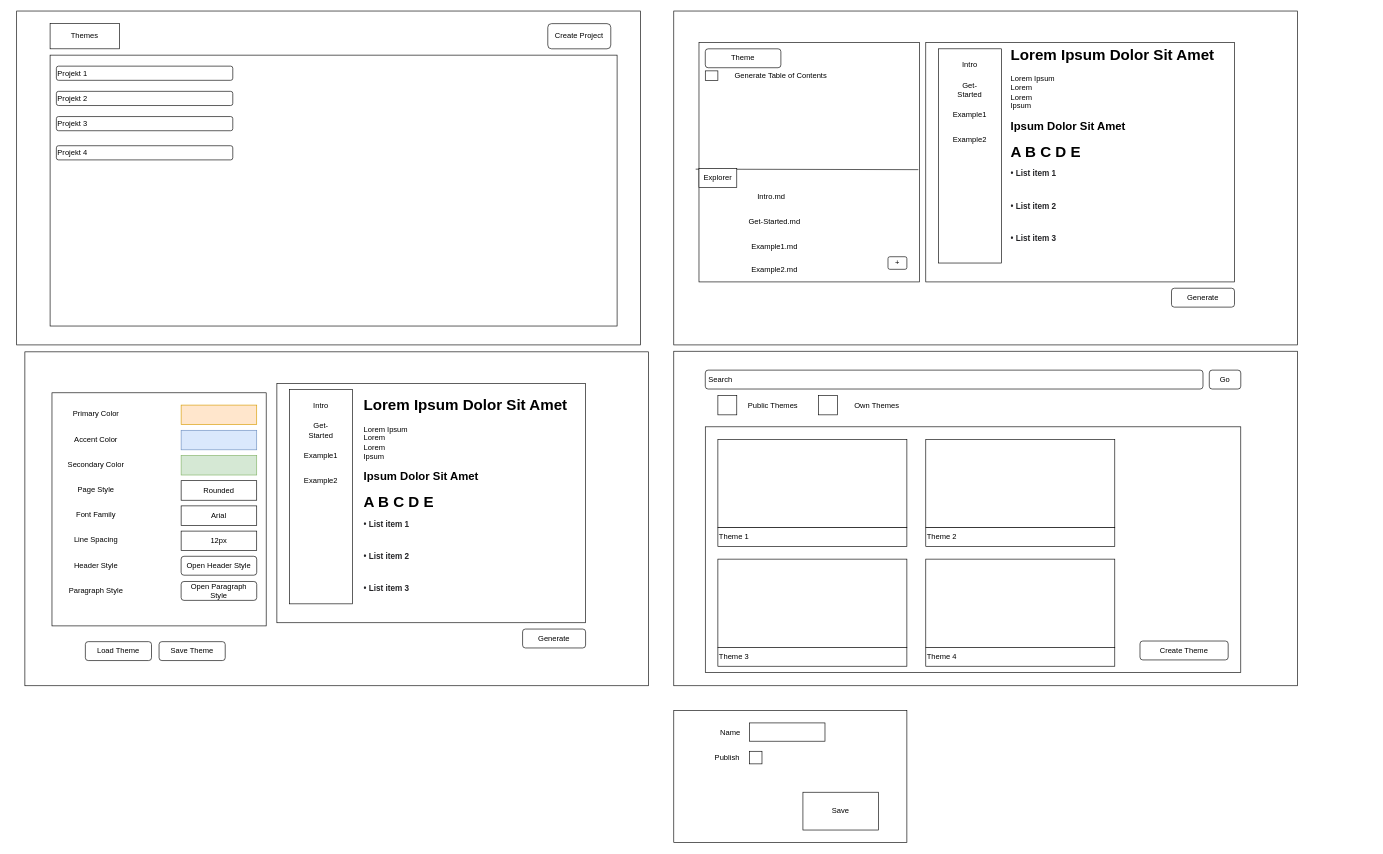
Before: Pflichtenheft/MockUp.drawio in 2324-3bhif-teaching/StaticSiteGenerator, a draw.io diagram. Source tidied: cells renumbered, new cells numbered last; positions are measured from the earlier drawing's top-left corner, leaving out a move shared by most shapes. Both pictures are drawn from the tidied source at 63%, with x=0, y=0 at pixel (11, 11).
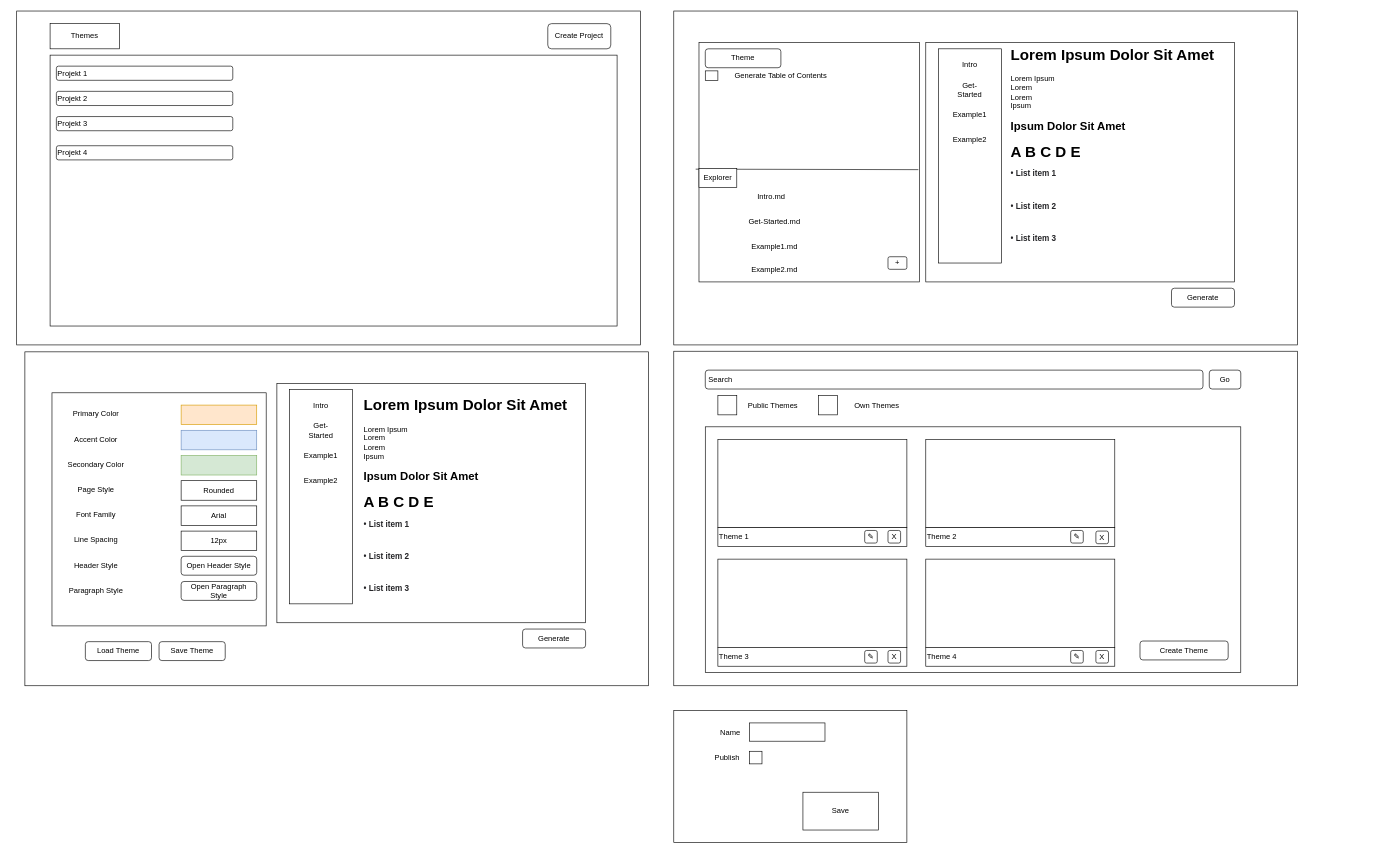
The same diagram, later.

Change to the diagram source:
```diff
@@
+    <mxCell id="83" value="X" style="rounded=1;whiteSpace=wrap;html=1;" parent="1" vertex="1">
+      <mxGeometry x="1722" y="825.5" width="20" height="20" as="geometry" />
+    </mxCell>
+    <mxCell id="84" value="X" style="rounded=1;whiteSpace=wrap;html=1;" parent="1" vertex="1">
+      <mxGeometry x="1722" y="1015" width="20" height="20" as="geometry" />
+    </mxCell>
+    <mxCell id="85" value="X" style="rounded=1;whiteSpace=wrap;html=1;" parent="1" vertex="1">
+      <mxGeometry x="1392" y="824.5" width="20" height="20" as="geometry" />
+    </mxCell>
+    <mxCell id="86" value="X" style="rounded=1;whiteSpace=wrap;html=1;" parent="1" vertex="1">
+      <mxGeometry x="1392" y="1015" width="20" height="20" as="geometry" />
+    </mxCell>
+    <mxCell id="87" value="✎" style="rounded=1;whiteSpace=wrap;html=1;" parent="1" vertex="1">
+      <mxGeometry x="1355" y="824.5" width="20" height="20" as="geometry" />
+    </mxCell>
+    <mxCell id="88" value="✎" style="rounded=1;whiteSpace=wrap;html=1;" parent="1" vertex="1">
+      <mxGeometry x="1355" y="1015" width="20" height="20" as="geometry" />
+    </mxCell>
+    <mxCell id="89" value="✎" style="rounded=1;whiteSpace=wrap;html=1;" parent="1" vertex="1">
+      <mxGeometry x="1682" y="824.5" width="20" height="20" as="geometry" />
+    </mxCell>
+    <mxCell id="90" value="✎" style="rounded=1;whiteSpace=wrap;html=1;" parent="1" vertex="1">
+      <mxGeometry x="1682" y="1015" width="20" height="20" as="geometry" />
+    </mxCell>
```
